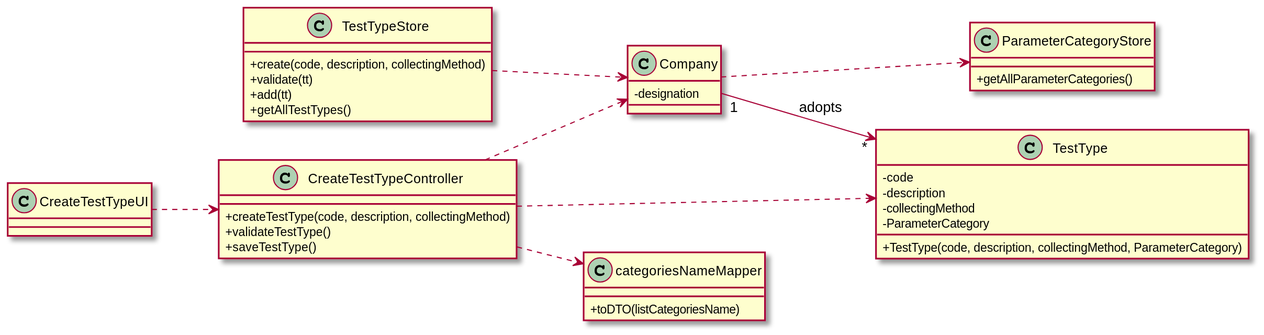
Above: docs/SprintB/US09/US09-CD.svg in 0franciscor/lei-21-s2-1de-g19 (PlantUML), before the change.
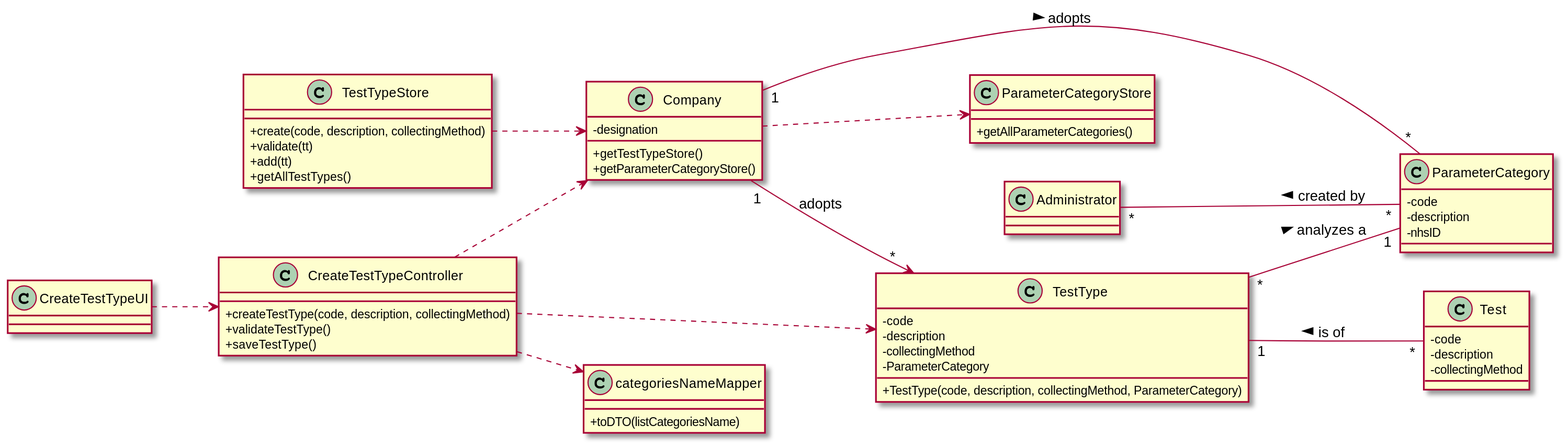
Above is the later version.

The edit, as a diff of the source:
```diff
@@ -4,6 +4,8 @@
 
 class "Company" as C {
 -designation
++getTestTypeStore()
++getParameterCategoryStore()
 }
 
 class "categoriesNameMapper" as cNM {
@@ -35,6 +37,18 @@
 +saveTestType()
 }
 
+class "Test" as T{
+-code
+-description
+-collectingMethod
+}
+
+class "ParameterCategory" as PC{
+-code
+-description
+-nhsID
+}
+
 class "CreateTestTypeUI" as CTTUI
 class "TestType" as TT
 class "CreateTestTypeController" as CTTC
@@ -49,6 +63,11 @@
 CTTC ..> C
 CTTC ..> cNM
 
+TT "1" -- "*" T: < is of
+
 C "1" --> "*" TT : adopts
 
+Administrator "*" -- "*" PC : < created by
+TT "*" -- "1" PC : > analyzes a
+C "1" -- "*" PC : > adopts
 @enduml
```
